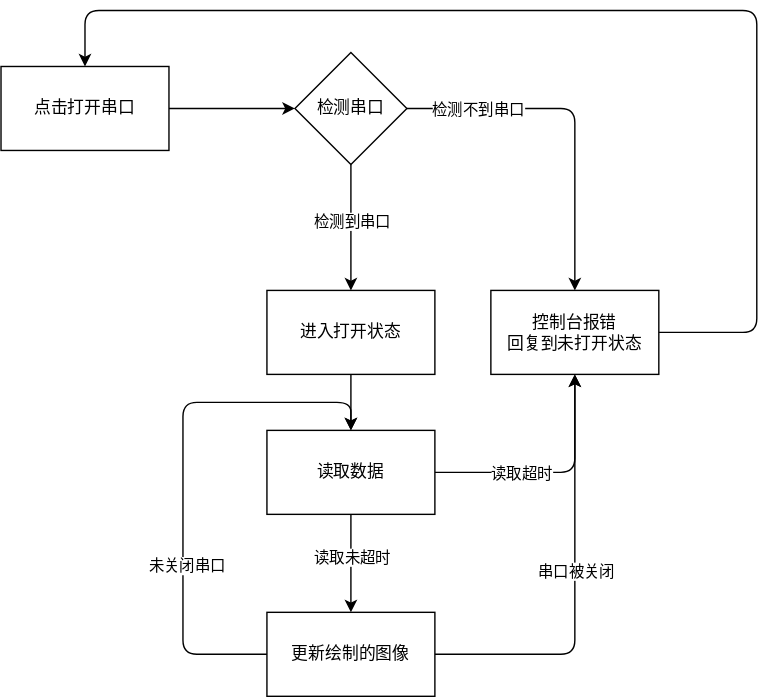
BBQ-666-dot/standard_robot_tool keeps this draw.io diagram as Attachments/run.svg. Above is the earlier version. Source tidied: cells renumbered, new cells last; positions are measured from the earlier drawing's top-left corner, leaving out a move shared by most shapes. Source of this version:
```xml
<mxGraphModel background="#ffffff">
  <root>
    <mxCell id="0" />
    <mxCell id="1" parent="0" />
    <mxCell id="2" style="edgeStyle=orthogonalEdgeStyle;html=1;strokeColor=#000000;" parent="1" edge="1" source="3" target="8">
      <mxGeometry relative="1" as="geometry">
        <Array as="points">
          <mxPoint x="190" y="70" />
          <mxPoint x="190" y="70" />
        </Array>
      </mxGeometry>
    </mxCell>
    <mxCell id="3" value="点击打开串口" style="rounded=0;whiteSpace=wrap;html=1;" parent="1" vertex="1">
      <mxGeometry y="40" width="120" height="60" as="geometry" />
    </mxCell>
    <mxCell id="4" style="edgeStyle=orthogonalEdgeStyle;html=1;strokeColor=#000000;" parent="1" edge="1" source="8" target="10">
      <mxGeometry relative="1" as="geometry" />
    </mxCell>
    <mxCell id="5" value="检测到串口" style="edgeLabel;html=1;align=center;verticalAlign=middle;" parent="4" vertex="1">
      <mxGeometry x="0.19" relative="1" as="geometry">
        <mxPoint y="-14" as="offset" />
      </mxGeometry>
    </mxCell>
    <mxCell id="6" style="edgeStyle=orthogonalEdgeStyle;html=1;strokeColor=#000000;" parent="1" edge="1" source="8" target="12">
      <mxGeometry relative="1" as="geometry" />
    </mxCell>
    <mxCell id="7" value="检测不到串口" style="edgeLabel;html=1;align=center;verticalAlign=middle;" parent="6" vertex="1">
      <mxGeometry x="0.28" y="-1" relative="1" as="geometry">
        <mxPoint x="-69" y="-39" as="offset" />
      </mxGeometry>
    </mxCell>
    <mxCell id="8" value="检测串口" style="rhombus;whiteSpace=wrap;html=1;rounded=0;" parent="1" vertex="1">
      <mxGeometry x="210" y="30" width="80" height="80" as="geometry" />
    </mxCell>
    <mxCell id="9" style="edgeStyle=orthogonalEdgeStyle;html=1;strokeColor=#000000;" parent="1" edge="1" source="10" target="17">
      <mxGeometry relative="1" as="geometry" />
    </mxCell>
    <mxCell id="10" value="进入打开状态" style="whiteSpace=wrap;html=1;rounded=0;" parent="1" vertex="1">
      <mxGeometry x="190" y="200" width="120" height="60" as="geometry" />
    </mxCell>
    <mxCell id="11" style="edgeStyle=orthogonalEdgeStyle;html=1;strokeColor=#000000;entryX=0.5;entryY=0;entryDx=0;entryDy=0;" parent="1" edge="1" source="12" target="3">
      <mxGeometry relative="1" as="geometry">
        <Array as="points">
          <mxPoint x="540" y="230" />
          <mxPoint x="540" />
          <mxPoint x="60" />
        </Array>
      </mxGeometry>
    </mxCell>
    <mxCell id="12" value="控制台报错&lt;br&gt;回复到未打开状态" style="whiteSpace=wrap;html=1;rounded=0;" parent="1" vertex="1">
      <mxGeometry x="350" y="200" width="120" height="60" as="geometry" />
    </mxCell>
    <mxCell id="13" style="edgeStyle=orthogonalEdgeStyle;html=1;strokeColor=#000000;" parent="1" edge="1" source="17" target="22">
      <mxGeometry relative="1" as="geometry" />
    </mxCell>
    <mxCell id="14" value="读取未超时" style="edgeLabel;html=1;align=center;verticalAlign=middle;" parent="13" vertex="1">
      <mxGeometry x="0.15" y="1" relative="1" as="geometry">
        <mxPoint x="-1" y="-10" as="offset" />
      </mxGeometry>
    </mxCell>
    <mxCell id="15" style="edgeStyle=orthogonalEdgeStyle;html=1;strokeColor=#000000;entryX=0.5;entryY=1;entryDx=0;entryDy=0;" parent="1" edge="1" source="17" target="12">
      <mxGeometry relative="1" as="geometry" />
    </mxCell>
    <mxCell id="16" value="读取超时" style="edgeLabel;html=1;align=center;verticalAlign=middle;" parent="15" vertex="1">
      <mxGeometry x="-0.28" relative="1" as="geometry" />
    </mxCell>
    <mxCell id="17" value="读取数据" style="whiteSpace=wrap;html=1;rounded=0;" parent="1" vertex="1">
      <mxGeometry x="190" y="300" width="120" height="60" as="geometry" />
    </mxCell>
    <mxCell id="18" style="edgeStyle=orthogonalEdgeStyle;html=1;strokeColor=#000000;" parent="1" edge="1" source="22">
      <mxGeometry relative="1" as="geometry">
        <mxPoint x="250" y="300" as="targetPoint" />
        <Array as="points">
          <mxPoint x="130" y="460" />
          <mxPoint x="130" y="280" />
          <mxPoint x="250" y="280" />
        </Array>
      </mxGeometry>
    </mxCell>
    <mxCell id="19" value="未关闭串口" style="edgeLabel;html=1;align=center;verticalAlign=middle;" parent="18" vertex="1">
      <mxGeometry x="-0.35" y="-2" relative="1" as="geometry" />
    </mxCell>
    <mxCell id="20" style="edgeStyle=orthogonalEdgeStyle;html=1;strokeColor=#000000;entryX=0.5;entryY=1;entryDx=0;entryDy=0;" parent="1" edge="1" source="22" target="12">
      <mxGeometry relative="1" as="geometry" />
    </mxCell>
    <mxCell id="21" value="串口被关闭" style="edgeLabel;html=1;align=center;verticalAlign=middle;" parent="20" vertex="1">
      <mxGeometry x="0.28" y="-3" relative="1" as="geometry">
        <mxPoint x="-3" y="32" as="offset" />
      </mxGeometry>
    </mxCell>
    <mxCell id="22" value="更新绘制的图像" style="whiteSpace=wrap;html=1;rounded=0;" parent="1" vertex="1">
      <mxGeometry x="190" y="430" width="120" height="60" as="geometry" />
    </mxCell>
  </root>
</mxGraphModel>
```
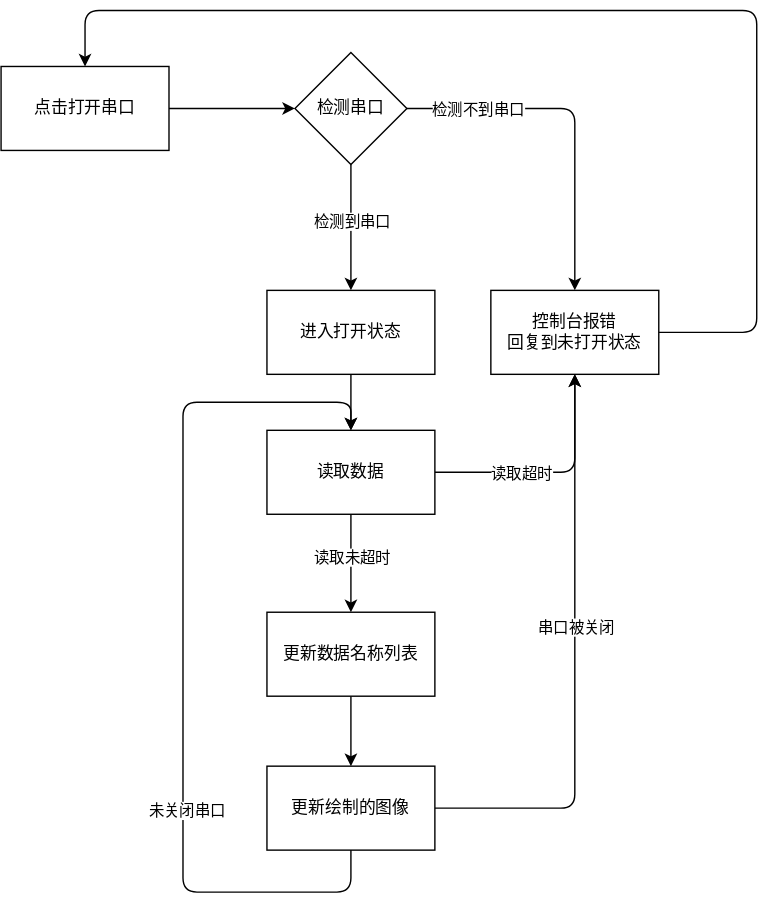
After the change.

Commit message:
✨ feat(spa): 基本实现多数据图像的叠加

What changed in the source:
```diff
@@ -50,8 +50,13 @@
     <mxCell id="12" value="控制台报错&lt;br&gt;回复到未打开状态" style="whiteSpace=wrap;html=1;rounded=0;" parent="1" vertex="1">
       <mxGeometry x="350" y="200" width="120" height="60" as="geometry" />
     </mxCell>
-    <mxCell id="13" style="edgeStyle=orthogonalEdgeStyle;html=1;strokeColor=#000000;" parent="1" edge="1" source="17" target="22">
-      <mxGeometry relative="1" as="geometry" />
+    <mxCell id="13" style="edgeStyle=orthogonalEdgeStyle;html=1;strokeColor=#000000;entryX=0.5;entryY=0;entryDx=0;entryDy=0;" parent="1" edge="1" source="17" target="24">
+      <mxGeometry relative="1" as="geometry">
+        <Array as="points">
+          <mxPoint x="250" y="390" />
+          <mxPoint x="250" y="390" />
+        </Array>
+      </mxGeometry>
     </mxCell>
     <mxCell id="14" value="读取未超时" style="edgeLabel;html=1;align=center;verticalAlign=middle;" parent="13" vertex="1">
       <mxGeometry x="0.15" y="1" relative="1" as="geometry">
@@ -71,7 +76,8 @@
       <mxGeometry relative="1" as="geometry">
         <mxPoint x="250" y="300" as="targetPoint" />
         <Array as="points">
-          <mxPoint x="130" y="460" />
+          <mxPoint x="250" y="630" />
+          <mxPoint x="130" y="630" />
           <mxPoint x="130" y="280" />
           <mxPoint x="250" y="280" />
         </Array>
@@ -88,8 +94,20 @@
         <mxPoint x="-3" y="32" as="offset" />
       </mxGeometry>
     </mxCell>
+    <mxCell id="23" style="edgeStyle=orthogonalEdgeStyle;html=1;strokeColor=#000000;exitX=0.5;exitY=1;exitDx=0;exitDy=0;" parent="1" edge="1" source="24">
+      <mxGeometry relative="1" as="geometry">
+        <mxPoint x="250" y="540" as="targetPoint" />
+        <Array as="points">
+          <mxPoint x="250" y="520" />
+          <mxPoint x="250" y="520" />
+        </Array>
+      </mxGeometry>
+    </mxCell>
     <mxCell id="22" value="更新绘制的图像" style="whiteSpace=wrap;html=1;rounded=0;" parent="1" vertex="1">
-      <mxGeometry x="190" y="430" width="120" height="60" as="geometry" />
+      <mxGeometry x="190" y="540" width="120" height="60" as="geometry" />
     </mxCell>
+    <mxCell id="24" value="更新数据名称列表" style="whiteSpace=wrap;html=1;rounded=0;" parent="1" vertex="1">
+      <mxGeometry x="190" y="430" width="120" height="60" as="geometry" />
+    </mxCell>
   </root>
 </mxGraphModel>
```
